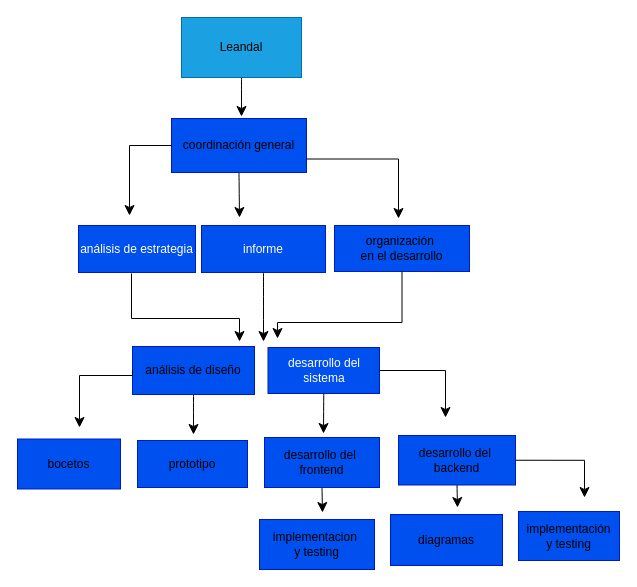
Above: otros/organigrama.drawio in bs-andres/proyecto-chatbot (draw.io), before the change. Source tidied: cells renumbered, new cells numbered last; positions are measured from the earlier drawing's top-left corner, leaving out a move shared by most shapes. Both pictures are drawn from the tidied source at 100%, with x=0, y=0 at pixel (17, 17).
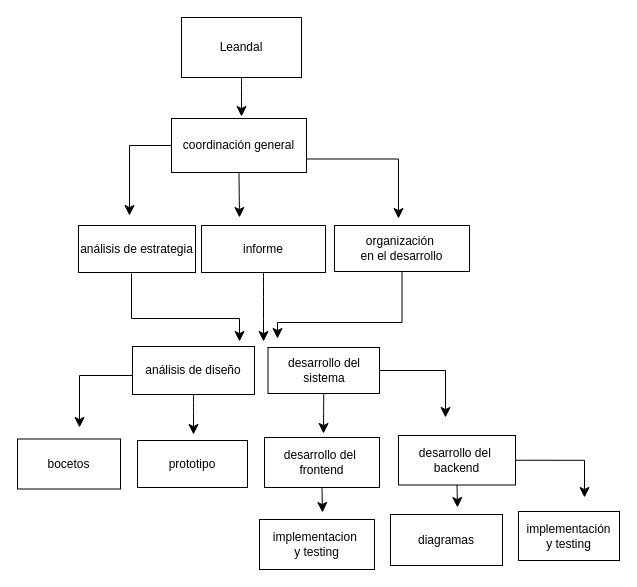
The same page after the edit.

Change to the diagram source:
```diff
@@
-    <mxCell id="2" style="edgeStyle=none;curved=1;rounded=0;jettySize=auto;html=1;exitX=0.5;exitY=1;exitDx=0;exitDy=0;fontSize=12;startSize=8;endSize=8;" parent="1" edge="1" source="3">
-      <mxGeometry relative="1" as="geometry">
-        <mxPoint x="224" y="99" as="targetPoint" />
-      </mxGeometry>
-    </mxCell>
+    <mxCell id="31" style="edgeStyle=none;curved=1;rounded=0;jettySize=auto;html=1;exitX=0.5;exitY=1;exitDx=0;exitDy=0;fontSize=12;startSize=8;endSize=8;" parent="1" edge="1" source="3">
+      <mxGeometry relative="1" as="geometry">
+        <mxPoint x="224" y="99" as="targetPoint" />
+      </mxGeometry>
+    </mxCell>
-    <mxCell id="3" value="&lt;font style=&quot;vertical-align: inherit; color: light-dark(rgb(0, 0, 0), rgb(255, 255, 255));&quot; dir=&quot;auto&quot;&gt;Leandal&lt;/font&gt;" style="whiteSpace=wrap;html=1;fillColor=light-dark(#1BA1E2,#007FFF);fontColor=#ffffff;strokeColor=light-dark(#006EAF,#007FFF);" parent="1" vertex="1">
+    <mxCell id="3" value="&lt;font style=&quot;vertical-align: inherit; color: light-dark(rgb(0, 0, 0), rgb(255, 255, 255));&quot; dir=&quot;auto&quot;&gt;Leandal&lt;/font&gt;" style="whiteSpace=wrap;html=1;" parent="1" vertex="1">
       <mxGeometry x="164" width="120" height="60" as="geometry" />
     </mxCell>
-    <mxCell id="4" style="edgeStyle=none;curved=1;rounded=0;jettySize=auto;html=1;exitX=0.5;exitY=1;exitDx=0;exitDy=0;fontSize=12;startSize=8;endSize=8;" parent="1" edge="1" source="5">
-      <mxGeometry relative="1" as="geometry">
-        <mxPoint x="222" y="200" as="targetPoint" />
-      </mxGeometry>
-    </mxCell>
+    <mxCell id="32" style="edgeStyle=none;curved=1;rounded=0;jettySize=auto;html=1;exitX=0.5;exitY=1;exitDx=0;exitDy=0;fontSize=12;startSize=8;endSize=8;" parent="1" edge="1" source="5">
+      <mxGeometry relative="1" as="geometry">
+        <mxPoint x="222" y="200" as="targetPoint" />
+      </mxGeometry>
+    </mxCell>
-    <mxCell id="5" value="&lt;font style=&quot;color: light-dark(rgb(0, 0, 0), rgb(255, 255, 255));&quot;&gt;coordinación general&lt;/font&gt;" style="rounded=0;whiteSpace=wrap;html=1;fillColor=light-dark(#0050EF,#007FFF);fontColor=#ffffff;strokeColor=light-dark(#001DBC,#007FFF);" parent="1" vertex="1">
+    <mxCell id="5" value="&lt;font style=&quot;color: light-dark(rgb(0, 0, 0), rgb(255, 255, 255));&quot;&gt;coordinación general&lt;/font&gt;" style="rounded=0;whiteSpace=wrap;html=1;" parent="1" vertex="1">
       <mxGeometry x="154" y="101" width="135" height="54" as="geometry" />
     </mxCell>
-    <mxCell id="6" value="análisis de estrategia" style="rounded=0;whiteSpace=wrap;html=1;fillColor=light-dark(#0050EF,#007FFF);fontColor=light-dark(#FFFFFF,#FFFFFF);strokeColor=light-dark(#001DBC,#007FFF);" parent="1" vertex="1">
+    <mxCell id="6" value="análisis de estrategia" style="rounded=0;whiteSpace=wrap;html=1;" parent="1" vertex="1">
       <mxGeometry x="61" y="208" width="117" height="47" as="geometry" />
     </mxCell>
-    <mxCell id="7" style="edgeStyle=none;curved=1;rounded=0;jettySize=auto;html=1;exitX=0.5;exitY=1;exitDx=0;exitDy=0;fontSize=12;startSize=8;endSize=8;" parent="1" edge="1" source="8">
-      <mxGeometry relative="1" as="geometry">
-        <mxPoint x="246" y="324" as="targetPoint" />
-      </mxGeometry>
-    </mxCell>
+    <mxCell id="33" style="edgeStyle=none;curved=1;rounded=0;jettySize=auto;html=1;exitX=0.5;exitY=1;exitDx=0;exitDy=0;fontSize=12;startSize=8;endSize=8;" parent="1" edge="1" source="8">
+      <mxGeometry relative="1" as="geometry">
+        <mxPoint x="246" y="324" as="targetPoint" />
+      </mxGeometry>
+    </mxCell>
-    <mxCell id="8" value="informe" style="rounded=0;whiteSpace=wrap;html=1;fillColor=light-dark(#0050EF,#007FFF);fontColor=light-dark(#FFFFFF,#FFFFFF);strokeColor=light-dark(#001DBC,#007FFF);" parent="1" vertex="1">
+    <mxCell id="8" value="informe" style="rounded=0;whiteSpace=wrap;html=1;" parent="1" vertex="1">
       <mxGeometry x="184" y="208" width="124" height="47" as="geometry" />
     </mxCell>
-    <mxCell id="9" style="edgeStyle=none;curved=1;rounded=0;jettySize=auto;html=1;exitX=0.5;exitY=1;exitDx=0;exitDy=0;fontSize=12;startSize=8;endSize=8;" parent="1" edge="1" source="10">
-      <mxGeometry relative="1" as="geometry">
-        <mxPoint x="176" y="417" as="targetPoint" />
-      </mxGeometry>
-    </mxCell>
+    <mxCell id="34" style="edgeStyle=none;curved=1;rounded=0;jettySize=auto;html=1;exitX=0.5;exitY=1;exitDx=0;exitDy=0;fontSize=12;startSize=8;endSize=8;" parent="1" edge="1" source="10">
+      <mxGeometry relative="1" as="geometry">
+        <mxPoint x="176" y="417" as="targetPoint" />
+      </mxGeometry>
+    </mxCell>
-    <mxCell id="10" value="análisis de diseño" style="rounded=0;whiteSpace=wrap;html=1;fillColor=light-dark(#0050EF,#007FFF);fontColor=light-dark(#000000,#FFFFFF);strokeColor=light-dark(#001DBC,#007FFF);" parent="1" vertex="1">
+    <mxCell id="10" value="análisis de diseño" style="rounded=0;whiteSpace=wrap;html=1;" parent="1" vertex="1">
       <mxGeometry x="115" y="329" width="122" height="48" as="geometry" />
     </mxCell>
-    <mxCell id="11" value="organización&amp;nbsp;&lt;div&gt;en el desarrollo&lt;/div&gt;" style="rounded=0;whiteSpace=wrap;html=1;fillColor=light-dark(#0050EF,#007FFF);fontColor=light-dark(#000000,#FFFFFF);strokeColor=light-dark(#001DBC,#007FFF);" parent="1" vertex="1">
+    <mxCell id="11" value="organización&amp;nbsp;&lt;div&gt;en el desarrollo&lt;/div&gt;" style="rounded=0;whiteSpace=wrap;html=1;" parent="1" vertex="1">
       <mxGeometry x="317" y="208" width="135" height="46" as="geometry" />
     </mxCell>
-    <mxCell id="12" value="&lt;font style=&quot;color: light-dark(rgb(0, 0, 0), rgb(255, 255, 255));&quot;&gt;bocetos&lt;/font&gt;" style="rounded=0;whiteSpace=wrap;html=1;fillColor=light-dark(#0050EF,#007FFF);fontColor=#ffffff;strokeColor=light-dark(#001DBC,#007FFF);" parent="1" vertex="1">
+    <mxCell id="12" value="&lt;font style=&quot;color: light-dark(rgb(0, 0, 0), rgb(255, 255, 255));&quot;&gt;bocetos&lt;/font&gt;" style="rounded=0;whiteSpace=wrap;html=1;" parent="1" vertex="1">
       <mxGeometry y="421.5" width="103" height="50" as="geometry" />
     </mxCell>
-    <mxCell id="13" value="prototipo" style="rounded=0;whiteSpace=wrap;html=1;fillColor=light-dark(#0050EF,#007FFF);fontColor=light-dark(#000000,#FFFFFF);strokeColor=light-dark(#001DBC,#007FFF);" parent="1" vertex="1">
+    <mxCell id="13" value="prototipo" style="rounded=0;whiteSpace=wrap;html=1;" parent="1" vertex="1">
       <mxGeometry x="120" y="423" width="110" height="47" as="geometry" />
     </mxCell>
-    <mxCell id="14" style="edgeStyle=none;curved=1;rounded=0;jettySize=auto;html=1;exitX=0.25;exitY=1;exitDx=0;exitDy=0;fontSize=12;startSize=8;endSize=8;fillColor=#0050ef;strokeColor=light-dark(#001DBC,#FFFFFF);fontColor=light-dark(#000000,#FFFFFF);" parent="1" edge="1" source="16">
-      <mxGeometry relative="1" as="geometry">
-        <mxPoint x="296" y="428" as="targetPoint" />
-      </mxGeometry>
-    </mxCell>
-    <mxCell id="15" style="edgeStyle=none;curved=1;rounded=0;jettySize=auto;html=1;exitX=0.5;exitY=1;exitDx=0;exitDy=0;fontSize=12;startSize=8;endSize=8;" parent="1" edge="1" source="16">
-      <mxGeometry relative="1" as="geometry">
-        <mxPoint x="305" y="495" as="targetPoint" />
-      </mxGeometry>
-    </mxCell>
+    <mxCell id="35" style="edgeStyle=none;curved=1;rounded=0;jettySize=auto;html=1;exitX=0.25;exitY=1;exitDx=0;exitDy=0;fontSize=12;startSize=8;endSize=8;fontColor=light-dark(#000000,#FFFFFF);" parent="1" edge="1" source="16">
+      <mxGeometry relative="1" as="geometry">
+        <mxPoint x="296" y="428" as="targetPoint" />
+      </mxGeometry>
+    </mxCell>
+    <mxCell id="36" style="edgeStyle=none;curved=1;rounded=0;jettySize=auto;html=1;exitX=0.5;exitY=1;exitDx=0;exitDy=0;fontSize=12;startSize=8;endSize=8;" parent="1" edge="1" source="16">
+      <mxGeometry relative="1" as="geometry">
+        <mxPoint x="305" y="495" as="targetPoint" />
+      </mxGeometry>
+    </mxCell>
-    <mxCell id="16" value="desarrollo del&amp;nbsp;&lt;div&gt;frontend&lt;/div&gt;" style="rounded=0;whiteSpace=wrap;html=1;fillColor=light-dark(#0050EF,#007FFF);fontColor=light-dark(#000000,#FFFFFF);strokeColor=light-dark(#001DBC,#007FFF);" parent="1" vertex="1">
+    <mxCell id="16" value="desarrollo del&amp;nbsp;&lt;div&gt;frontend&lt;/div&gt;" style="rounded=0;whiteSpace=wrap;html=1;" parent="1" vertex="1">
       <mxGeometry x="247" y="420" width="115" height="50" as="geometry" />
     </mxCell>
-    <mxCell id="17" style="edgeStyle=none;curved=1;rounded=0;jettySize=auto;html=1;exitX=0.5;exitY=1;exitDx=0;exitDy=0;fontSize=12;startSize=8;endSize=8;" parent="1" edge="1" source="18">
-      <mxGeometry relative="1" as="geometry">
-        <mxPoint x="440" y="490" as="targetPoint" />
-      </mxGeometry>
-    </mxCell>
+    <mxCell id="37" style="edgeStyle=none;curved=1;rounded=0;jettySize=auto;html=1;exitX=0.5;exitY=1;exitDx=0;exitDy=0;fontSize=12;startSize=8;endSize=8;" parent="1" edge="1" source="18">
+      <mxGeometry relative="1" as="geometry">
+        <mxPoint x="440" y="490" as="targetPoint" />
+      </mxGeometry>
+    </mxCell>
-    <mxCell id="18" value="desarrollo del&amp;nbsp;&lt;div&gt;backend&lt;/div&gt;" style="rounded=0;whiteSpace=wrap;html=1;fillColor=light-dark(#0050EF,#007FFF);fontColor=light-dark(#000000,#FFFFFF);strokeColor=light-dark(#001DBC,#007FFF);" parent="1" vertex="1">
+    <mxCell id="18" value="desarrollo del&amp;nbsp;&lt;div&gt;backend&lt;/div&gt;" style="rounded=0;whiteSpace=wrap;html=1;" parent="1" vertex="1">
       <mxGeometry x="381" y="418" width="117" height="49.5" as="geometry" />
     </mxCell>
-    <mxCell id="19" value="implementacion&amp;nbsp;&lt;div&gt;y testing&lt;/div&gt;" style="rounded=0;whiteSpace=wrap;html=1;fillColor=light-dark(#0050EF,#007FFF);fontColor=light-dark(#000000,#FFFFFF);strokeColor=light-dark(#001DBC,#007FFF);" parent="1" vertex="1">
+    <mxCell id="19" value="implementacion&amp;nbsp;&lt;div&gt;y testing&lt;/div&gt;" style="rounded=0;whiteSpace=wrap;html=1;" parent="1" vertex="1">
       <mxGeometry x="242" y="502" width="115" height="50" as="geometry" />
     </mxCell>
-    <mxCell id="20" value="implementación&lt;div&gt;y testing&lt;/div&gt;" style="rounded=0;whiteSpace=wrap;html=1;fillColor=light-dark(#0050EF,#007FFF);fontColor=light-dark(#000000,#FFFFFF);strokeColor=light-dark(#001DBC,#007FFF);" parent="1" vertex="1">
+    <mxCell id="20" value="implementación&lt;div&gt;y testing&lt;/div&gt;" style="rounded=0;whiteSpace=wrap;html=1;" parent="1" vertex="1">
       <mxGeometry x="501" y="494" width="101" height="49" as="geometry" />
     </mxCell>
-    <mxCell id="21" value="diagramas" style="rounded=0;whiteSpace=wrap;html=1;fillColor=light-dark(#0050EF,#007FFF);fontColor=light-dark(#000000,#FFFFFF);strokeColor=light-dark(#001DBC,#007FFF);" parent="1" vertex="1">
+    <mxCell id="21" value="diagramas" style="rounded=0;whiteSpace=wrap;html=1;" parent="1" vertex="1">
       <mxGeometry x="373" y="497" width="112" height="51" as="geometry" />
     </mxCell>
-    <mxCell id="22" style="edgeStyle=none;curved=1;rounded=0;jettySize=auto;html=1;exitX=0.5;exitY=1;exitDx=0;exitDy=0;fontSize=12;startSize=8;endSize=8;" parent="1" edge="1" source="23">
-      <mxGeometry relative="1" as="geometry">
-        <mxPoint x="306" y="416" as="targetPoint" />
-      </mxGeometry>
-    </mxCell>
+    <mxCell id="38" style="edgeStyle=none;curved=1;rounded=0;jettySize=auto;html=1;exitX=0.5;exitY=1;exitDx=0;exitDy=0;fontSize=12;startSize=8;endSize=8;" parent="1" edge="1" source="23">
+      <mxGeometry relative="1" as="geometry">
+        <mxPoint x="306" y="416" as="targetPoint" />
+      </mxGeometry>
+    </mxCell>
-    <mxCell id="23" value="desarrollo del&lt;div&gt;sistema&lt;/div&gt;" style="rounded=0;whiteSpace=wrap;html=1;fillColor=light-dark(#0050EF,#007FFF);fontColor=light-dark(#FFFFFF,#FFFFFF);strokeColor=light-dark(#001DBC,#007FFF);" parent="1" vertex="1">
+    <mxCell id="23" value="desarrollo del&lt;div&gt;sistema&lt;/div&gt;" style="rounded=0;whiteSpace=wrap;html=1;" parent="1" vertex="1">
       <mxGeometry x="250.5" y="330" width="111.5" height="46" as="geometry" />
     </mxCell>
-    <mxCell id="24" style="edgeStyle=segmentEdgeStyle;endArrow=classic;html=1;curved=0;rounded=0;endSize=8;startSize=8;sourcePerimeterSpacing=0;targetPerimeterSpacing=0;fontSize=12;exitX=1;exitY=0.75;exitDx=0;exitDy=0;" parent="1" edge="1" source="5">
-      <mxGeometry relative="1" as="geometry">
-        <mxPoint x="381" y="201" as="targetPoint" />
-        <Array as="points">
-          <mxPoint x="381" y="142" />
-        </Array>
-      </mxGeometry>
-    </mxCell>
-    <mxCell id="25" style="edgeStyle=segmentEdgeStyle;endArrow=classic;html=1;curved=0;rounded=0;endSize=8;startSize=8;sourcePerimeterSpacing=0;targetPerimeterSpacing=0;fontSize=12;exitX=0;exitY=0.5;exitDx=0;exitDy=0;" parent="1" edge="1" source="5">
-      <mxGeometry relative="1" as="geometry">
-        <mxPoint x="112" y="198" as="targetPoint" />
-        <Array as="points">
-          <mxPoint x="112" y="128" />
-        </Array>
-      </mxGeometry>
-    </mxCell>
-    <mxCell id="26" style="edgeStyle=segmentEdgeStyle;endArrow=classic;html=1;curved=0;rounded=0;endSize=8;startSize=8;sourcePerimeterSpacing=0;targetPerimeterSpacing=0;fontSize=12;exitX=0.453;exitY=1.021;exitDx=0;exitDy=0;exitPerimeter=0;" parent="1" edge="1" source="6">
-      <mxGeometry relative="1" as="geometry">
-        <mxPoint x="222" y="324" as="targetPoint" />
-        <Array as="points">
-          <mxPoint x="114" y="301" />
-        </Array>
-      </mxGeometry>
-    </mxCell>
-    <mxCell id="27" style="edgeStyle=segmentEdgeStyle;endArrow=classic;html=1;curved=0;rounded=0;endSize=8;startSize=8;sourcePerimeterSpacing=0;targetPerimeterSpacing=0;fontSize=12;exitX=0.5;exitY=1;exitDx=0;exitDy=0;" parent="1" edge="1" source="11">
-      <mxGeometry relative="1" as="geometry">
-        <mxPoint x="260" y="321" as="targetPoint" />
-        <Array as="points">
-          <mxPoint x="385" y="305" />
-        </Array>
-      </mxGeometry>
-    </mxCell>
-    <mxCell id="28" style="edgeStyle=segmentEdgeStyle;endArrow=classic;html=1;curved=0;rounded=0;endSize=8;startSize=8;sourcePerimeterSpacing=0;targetPerimeterSpacing=0;fontSize=12;exitX=0;exitY=0.5;exitDx=0;exitDy=0;" parent="1" edge="1" source="10">
-      <mxGeometry relative="1" as="geometry">
-        <mxPoint x="62" y="410" as="targetPoint" />
-        <Array as="points">
-          <mxPoint x="115" y="358" />
-          <mxPoint x="62" y="358" />
-        </Array>
-      </mxGeometry>
-    </mxCell>
-    <mxCell id="29" style="edgeStyle=segmentEdgeStyle;endArrow=classic;html=1;curved=0;rounded=0;endSize=8;startSize=8;sourcePerimeterSpacing=0;targetPerimeterSpacing=0;fontSize=12;exitX=1;exitY=0.5;exitDx=0;exitDy=0;" parent="1" edge="1" source="23">
-      <mxGeometry relative="1" as="geometry">
-        <mxPoint x="428" y="400" as="targetPoint" />
-        <Array as="points">
-          <mxPoint x="428" y="353" />
-        </Array>
-      </mxGeometry>
-    </mxCell>
-    <mxCell id="30" style="edgeStyle=segmentEdgeStyle;endArrow=classic;html=1;curved=0;rounded=0;endSize=8;startSize=8;sourcePerimeterSpacing=0;targetPerimeterSpacing=0;fontSize=12;exitX=1;exitY=0.5;exitDx=0;exitDy=0;" parent="1" edge="1" source="18">
-      <mxGeometry relative="1" as="geometry">
-        <mxPoint x="567" y="480" as="targetPoint" />
-        <Array as="points">
-          <mxPoint x="567" y="443" />
-        </Array>
-      </mxGeometry>
-    </mxCell>
+    <mxCell id="39" style="edgeStyle=segmentEdgeStyle;endArrow=classic;html=1;curved=0;rounded=0;endSize=8;startSize=8;sourcePerimeterSpacing=0;targetPerimeterSpacing=0;fontSize=12;exitX=1;exitY=0.75;exitDx=0;exitDy=0;" parent="1" edge="1" source="5">
+      <mxGeometry relative="1" as="geometry">
+        <mxPoint x="381" y="201" as="targetPoint" />
+        <Array as="points">
+          <mxPoint x="381" y="142" />
+        </Array>
+      </mxGeometry>
+    </mxCell>
+    <mxCell id="40" style="edgeStyle=segmentEdgeStyle;endArrow=classic;html=1;curved=0;rounded=0;endSize=8;startSize=8;sourcePerimeterSpacing=0;targetPerimeterSpacing=0;fontSize=12;exitX=0;exitY=0.5;exitDx=0;exitDy=0;" parent="1" edge="1" source="5">
+      <mxGeometry relative="1" as="geometry">
+        <mxPoint x="112" y="198" as="targetPoint" />
+        <Array as="points">
+          <mxPoint x="112" y="128" />
+        </Array>
+      </mxGeometry>
+    </mxCell>
+    <mxCell id="41" style="edgeStyle=segmentEdgeStyle;endArrow=classic;html=1;curved=0;rounded=0;endSize=8;startSize=8;sourcePerimeterSpacing=0;targetPerimeterSpacing=0;fontSize=12;exitX=0.453;exitY=1.021;exitDx=0;exitDy=0;exitPerimeter=0;" parent="1" edge="1" source="6">
+      <mxGeometry relative="1" as="geometry">
+        <mxPoint x="222" y="324" as="targetPoint" />
+        <Array as="points">
+          <mxPoint x="114" y="301" />
+        </Array>
+      </mxGeometry>
+    </mxCell>
+    <mxCell id="42" style="edgeStyle=segmentEdgeStyle;endArrow=classic;html=1;curved=0;rounded=0;endSize=8;startSize=8;sourcePerimeterSpacing=0;targetPerimeterSpacing=0;fontSize=12;exitX=0.5;exitY=1;exitDx=0;exitDy=0;" parent="1" edge="1" source="11">
+      <mxGeometry relative="1" as="geometry">
+        <mxPoint x="260" y="321" as="targetPoint" />
+        <Array as="points">
+          <mxPoint x="385" y="305" />
+        </Array>
+      </mxGeometry>
+    </mxCell>
+    <mxCell id="43" style="edgeStyle=segmentEdgeStyle;endArrow=classic;html=1;curved=0;rounded=0;endSize=8;startSize=8;sourcePerimeterSpacing=0;targetPerimeterSpacing=0;fontSize=12;exitX=0;exitY=0.5;exitDx=0;exitDy=0;" parent="1" edge="1" source="10">
+      <mxGeometry relative="1" as="geometry">
+        <mxPoint x="62" y="410" as="targetPoint" />
+        <Array as="points">
+          <mxPoint x="115" y="358" />
+          <mxPoint x="62" y="358" />
+        </Array>
+      </mxGeometry>
+    </mxCell>
+    <mxCell id="44" style="edgeStyle=segmentEdgeStyle;endArrow=classic;html=1;curved=0;rounded=0;endSize=8;startSize=8;sourcePerimeterSpacing=0;targetPerimeterSpacing=0;fontSize=12;exitX=1;exitY=0.5;exitDx=0;exitDy=0;" parent="1" edge="1" source="23">
+      <mxGeometry relative="1" as="geometry">
+        <mxPoint x="428" y="400" as="targetPoint" />
+        <Array as="points">
+          <mxPoint x="428" y="353" />
+        </Array>
+      </mxGeometry>
+    </mxCell>
+    <mxCell id="45" style="edgeStyle=segmentEdgeStyle;endArrow=classic;html=1;curved=0;rounded=0;endSize=8;startSize=8;sourcePerimeterSpacing=0;targetPerimeterSpacing=0;fontSize=12;exitX=1;exitY=0.5;exitDx=0;exitDy=0;" parent="1" edge="1" source="18">
+      <mxGeometry relative="1" as="geometry">
+        <mxPoint x="567" y="480" as="targetPoint" />
+        <Array as="points">
+          <mxPoint x="567" y="443" />
+        </Array>
+      </mxGeometry>
+    </mxCell>
```
